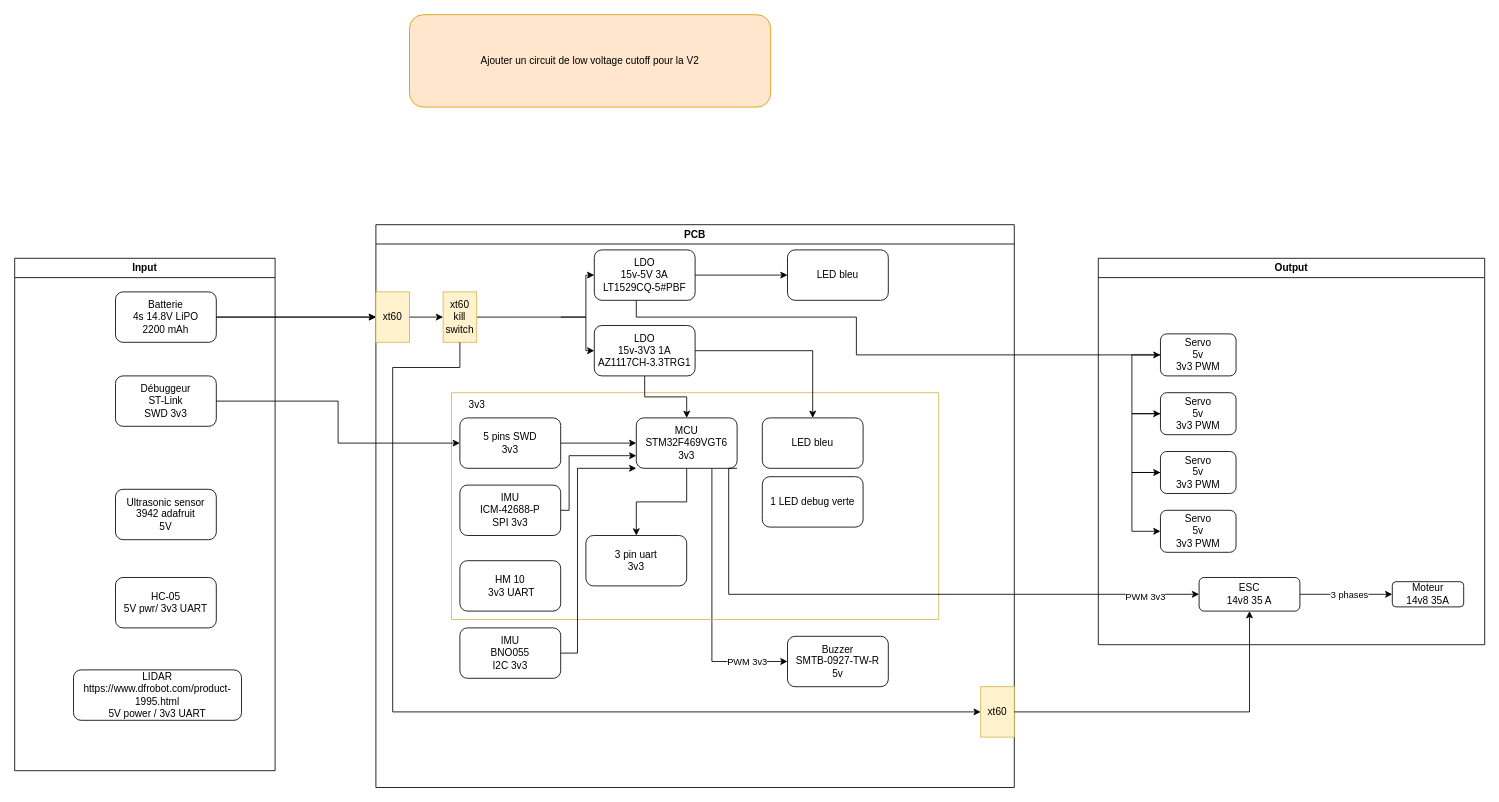
The draw.io diagram Schema_bloc.drawio in GAULAvionique/ABRARACOURCIX_HARD_ware, before the edit. Source tidied: cells renumbered, new cells numbered last; positions are measured from the earlier drawing's top-left corner, leaving out a move shared by most shapes. Both pictures are drawn from the tidied source at 84%, with x=0, y=0 at pixel (14, 14).
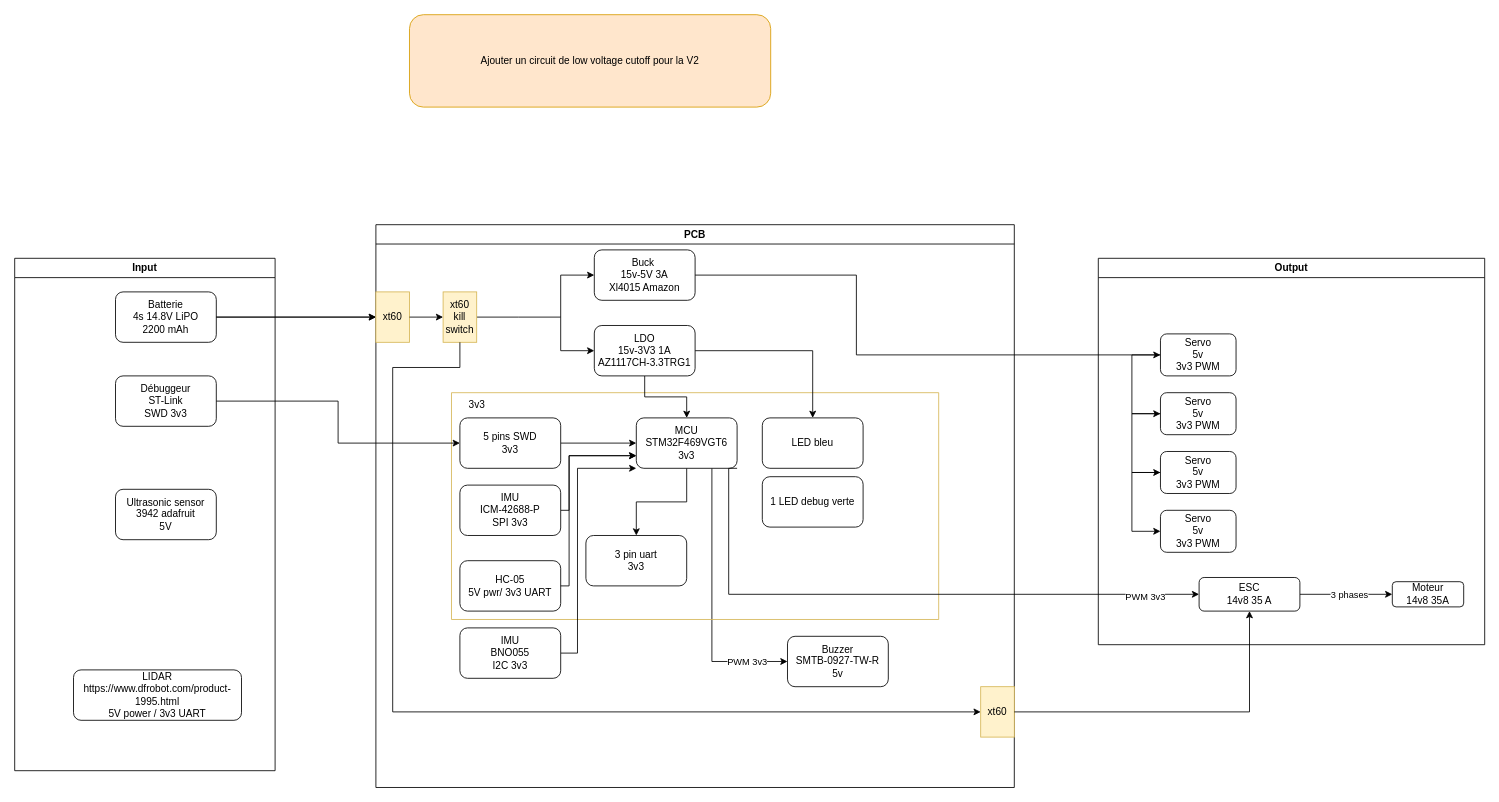
After the change.

Unchanged cells that the change refers to:
```xml
<mxCell id="2" value="Input" style="swimlane;whiteSpace=wrap;html=1;" parent="1" vertex="1">
  <mxGeometry y="290" width="310" height="610" as="geometry" />
</mxCell>
<mxCell id="14" value="Servo&lt;br&gt;5v&lt;br&gt;3v3 PWM" style="rounded=1;whiteSpace=wrap;html=1;" parent="8" vertex="1">
  <mxGeometry x="74" y="90" width="90" height="50" as="geometry" />
</mxCell>
<mxCell id="20" value="PCB" style="swimlane;whiteSpace=wrap;html=1;" parent="1" vertex="1">
  <mxGeometry x="430" y="250" width="760" height="670" as="geometry" />
</mxCell>
<mxCell id="28" value="MCU&lt;br&gt;STM32F469VGT6&lt;br&gt;3v3" style="rounded=1;whiteSpace=wrap;html=1;" parent="20" vertex="1">
  <mxGeometry x="310" y="230" width="120" height="60" as="geometry" />
</mxCell>
<mxCell id="29" style="swimlane;startSize=0;fillColor=#FFF2CC;strokeColor=#d6b656;gradientColor=none;swimlaneFillColor=none;" parent="20" vertex="1">
  <mxGeometry x="90" y="200" width="580" height="270" as="geometry" />
</mxCell>
<mxCell id="40" value="LDO&lt;br&gt;15v-3V3 1A&lt;br&gt;AZ1117CH-3.3TRG1" style="rounded=1;whiteSpace=wrap;html=1;" parent="20" vertex="1">
  <mxGeometry x="260" y="120" width="120" height="60" as="geometry" />
</mxCell>
```

The edit, as a diff of the source:
```diff
@@
-    <mxCell id="7" value="HC-05&lt;br&gt;5V pwr/ 3v3 UART" style="rounded=1;whiteSpace=wrap;html=1;" parent="2" vertex="1">
-      <mxGeometry x="120" y="380" width="120" height="60" as="geometry" />
-    </mxCell>
@@
-    <mxCell id="35" value="HM 10&lt;br&gt;&amp;nbsp;3v3 UART" style="rounded=1;whiteSpace=wrap;html=1;" parent="29" vertex="1">
-      <mxGeometry x="10" y="200" width="120" height="60" as="geometry" />
-    </mxCell>
-    <mxCell id="36" style="edgeStyle=orthogonalEdgeStyle;rounded=0;jettySize=auto;html=1;exitX=1;exitY=0.5;exitDx=0;exitDy=0;entryX=0;entryY=0.5;entryDx=0;entryDy=0;" parent="20" edge="1" source="37" target="41">
-      <mxGeometry relative="1" as="geometry" />
-    </mxCell>
+    <mxCell id="7" value="HC-05&lt;br&gt;5V pwr/ 3v3 UART" style="rounded=1;whiteSpace=wrap;html=1;" parent="29" vertex="1">
+      <mxGeometry x="10" y="200" width="120" height="60" as="geometry" />
+    </mxCell>
-    <mxCell id="37" value="LDO&lt;br&gt;15v-5V 3A&lt;br&gt;LT1529CQ-5#PBF" style="rounded=1;whiteSpace=wrap;html=1;" parent="20" vertex="1">
+    <mxCell id="37" value="Buck&amp;nbsp;&lt;br&gt;15v-5V 3A&lt;br&gt;Xl4015 Amazon" style="rounded=1;whiteSpace=wrap;html=1;" parent="20" vertex="1">
       <mxGeometry x="260" y="30" width="120" height="60" as="geometry" />
     </mxCell>
@@
-    <mxCell id="41" value="LED bleu" style="rounded=1;whiteSpace=wrap;html=1;" parent="20" vertex="1">
-      <mxGeometry x="490" y="30" width="120" height="60" as="geometry" />
-    </mxCell>
@@
+    <mxCell id="60" style="edgeStyle=orthogonalEdgeStyle;rounded=0;jettySize=auto;html=1;entryX=0;entryY=0.75;entryDx=0;entryDy=0;" parent="20" edge="1" source="7" target="28">
+      <mxGeometry relative="1" as="geometry">
+        <Array as="points">
+          <mxPoint x="230" y="430" />
+          <mxPoint x="230" y="275" />
+        </Array>
+      </mxGeometry>
+    </mxCell>
@@
     <mxCell id="49" style="edgeStyle=orthogonalEdgeStyle;rounded=0;jettySize=auto;html=1;exitX=1;exitY=0.5;exitDx=0;exitDy=0;" parent="1" edge="1" target="37">
       <mxGeometry relative="1" as="geometry">
         <mxPoint x="650" y="360" as="sourcePoint" />
         <Array as="points">
-          <mxPoint x="680" y="360" />
-          <mxPoint x="680" y="310" />
+          <mxPoint x="650" y="310" />
         </Array>
       </mxGeometry>
     </mxCell>
     <mxCell id="50" style="edgeStyle=orthogonalEdgeStyle;rounded=0;jettySize=auto;html=1;entryX=0;entryY=0.5;entryDx=0;entryDy=0;" parent="1" edge="1" target="40">
       <mxGeometry relative="1" as="geometry">
         <mxPoint x="650" y="360" as="sourcePoint" />
         <Array as="points">
-          <mxPoint x="680" y="360" />
-          <mxPoint x="680" y="400" />
+          <mxPoint x="650" y="400" />
         </Array>
       </mxGeometry>
     </mxCell>
     <mxCell id="51" style="edgeStyle=orthogonalEdgeStyle;rounded=0;jettySize=auto;html=1;entryX=0;entryY=0.5;entryDx=0;entryDy=0;" parent="1" edge="1" source="37" target="14">
       <mxGeometry relative="1" as="geometry">
         <Array as="points">
-          <mxPoint x="740" y="360" />
-          <mxPoint x="1002" y="360" />
+          <mxPoint x="1002" y="310" />
           <mxPoint x="1002" y="405" />
         </Array>
       </mxGeometry>
     </mxCell>
```
